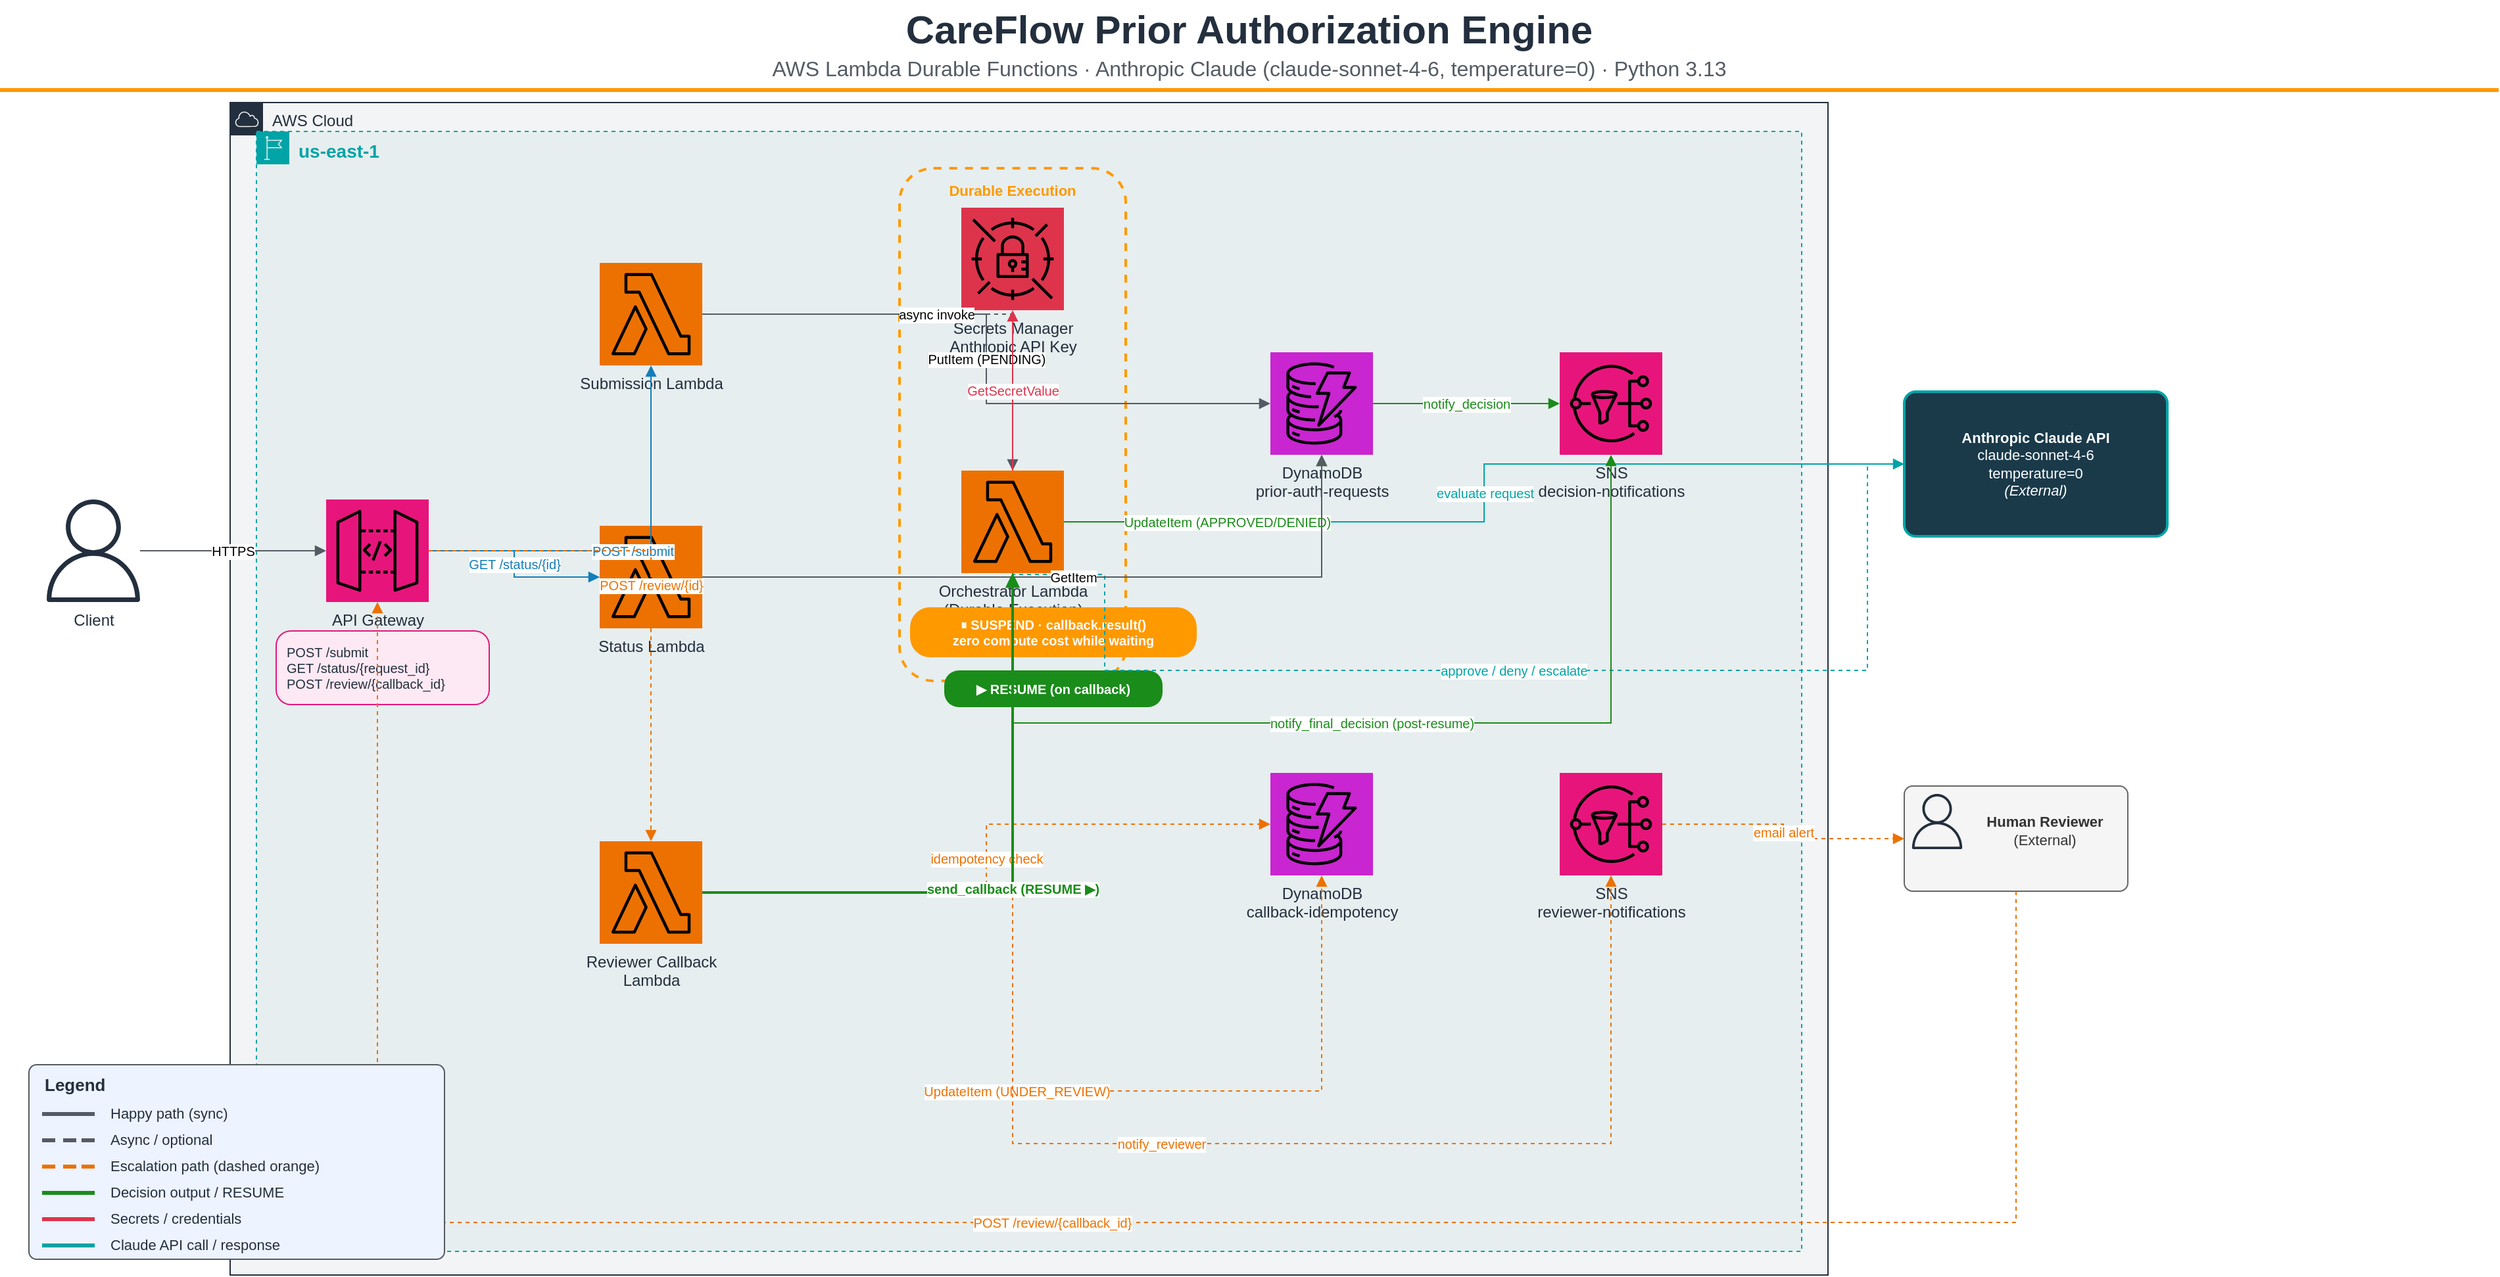
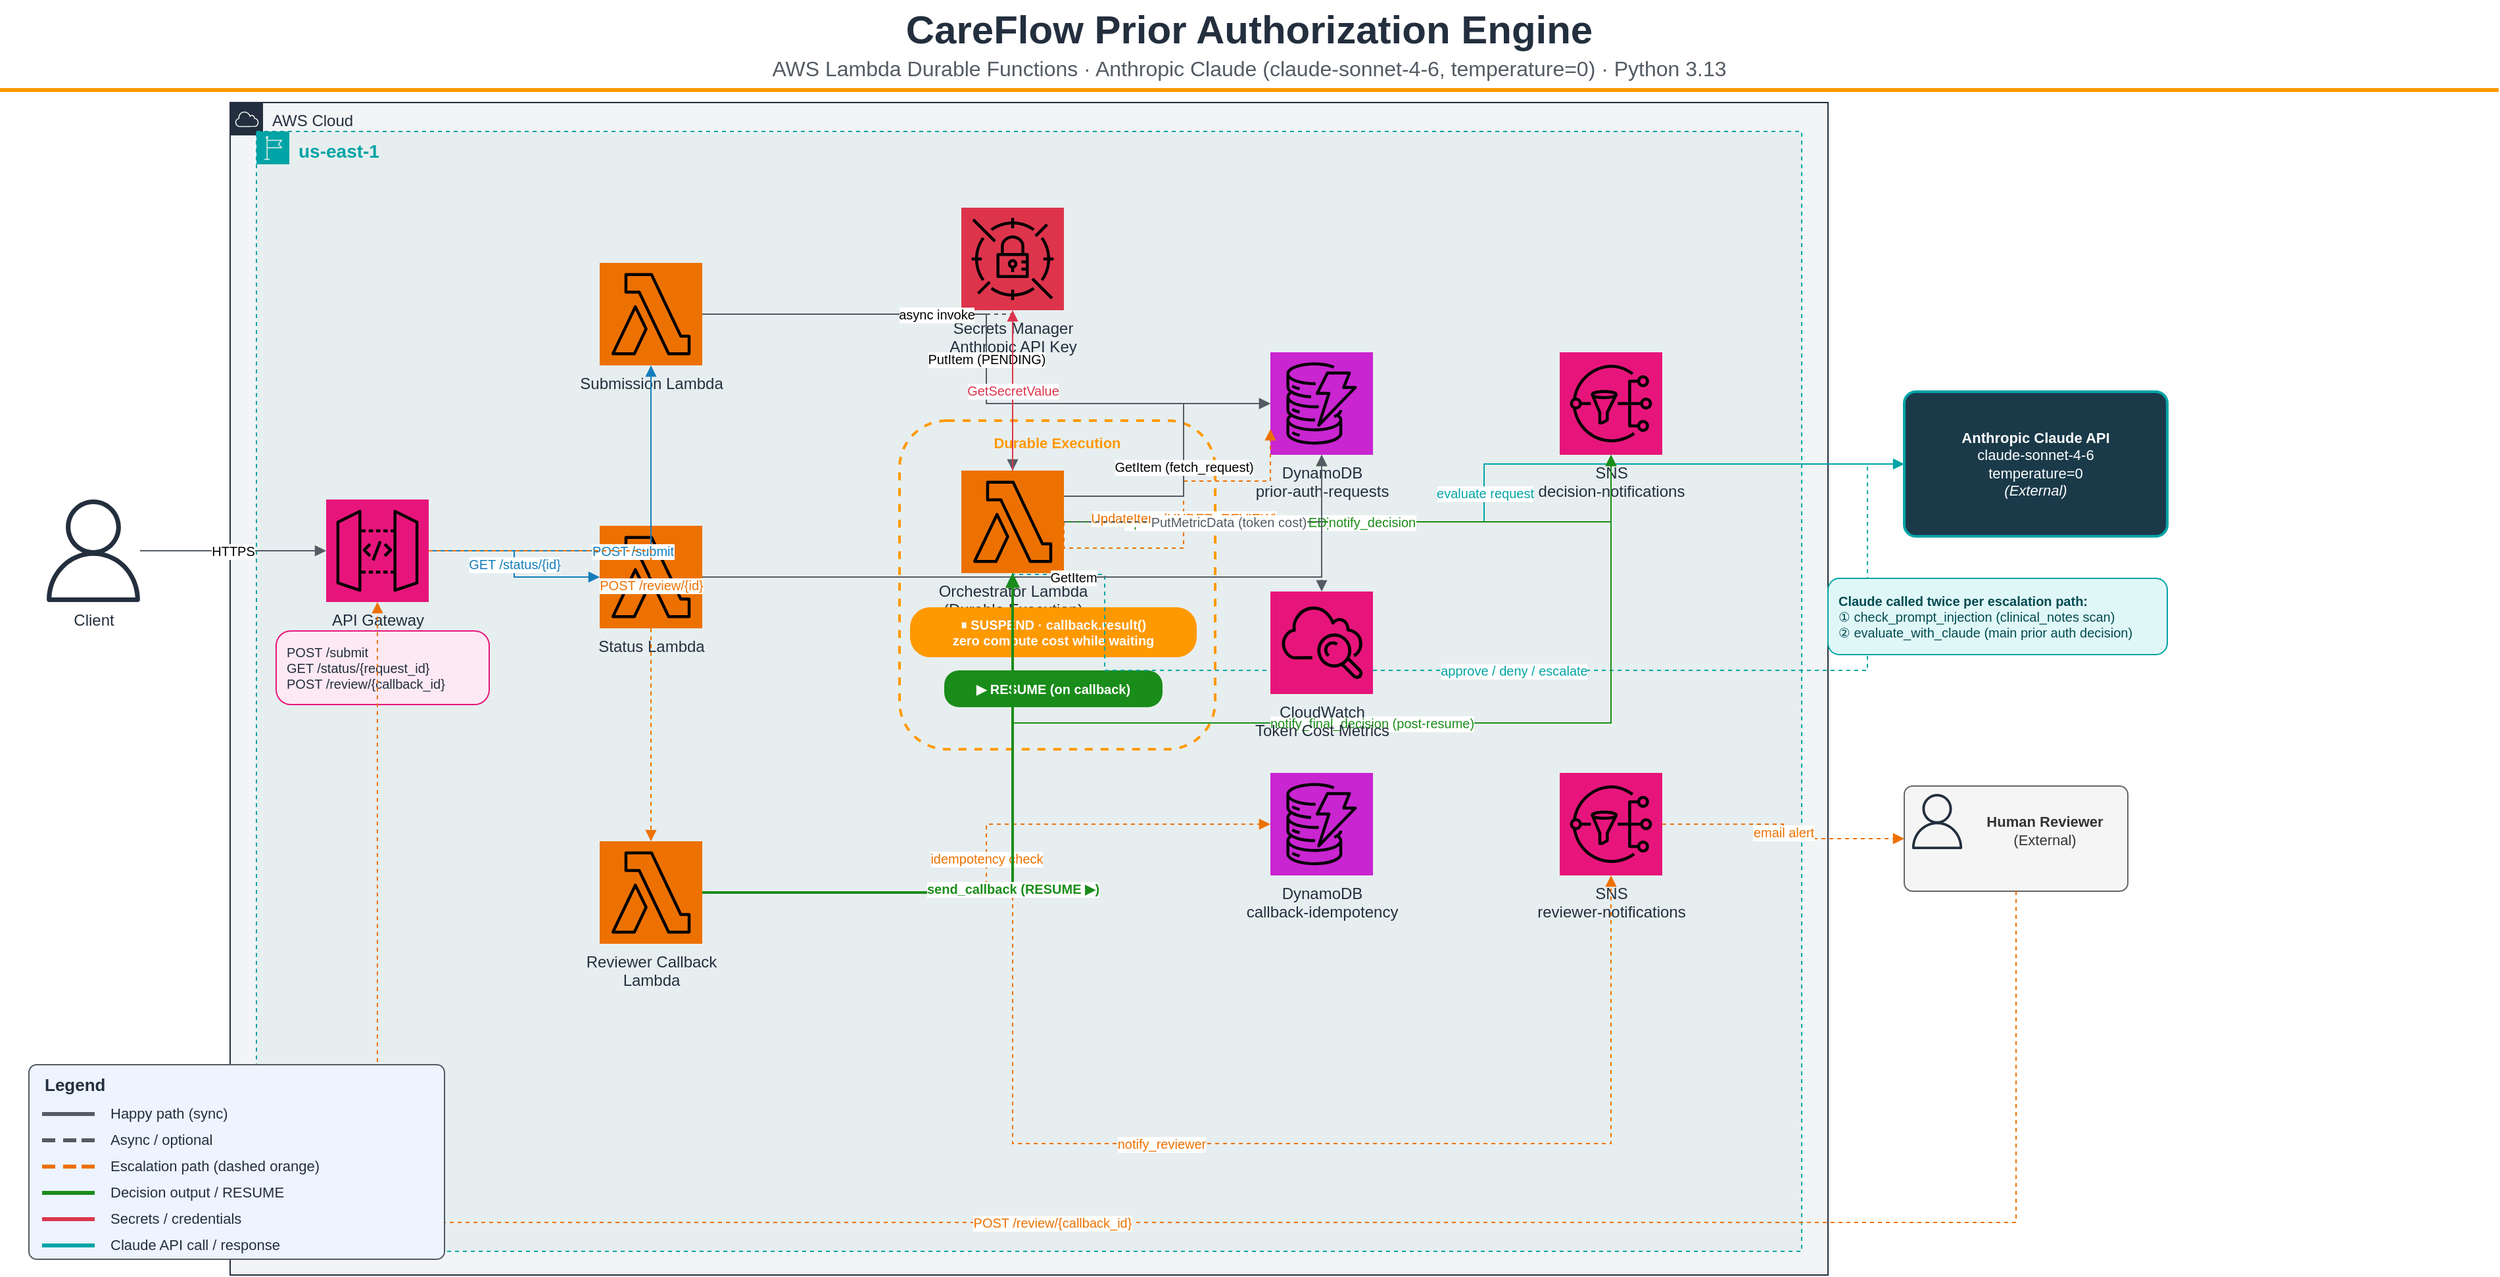
<?xml version="1.0" encoding="UTF-8"?>
<mxGraphModel dx="1422" dy="762" grid="1" gridSize="10" guides="1" tooltips="1" connect="1" arrows="1" fold="1" page="1" pageScale="1" pageWidth="1900" pageHeight="1100" math="0" shadow="0">
  <root>
    <mxCell id="0" />
    <mxCell id="1" parent="0" />

    <mxCell id="title-text" value="CareFlow Prior Authorization Engine" style="text;html=1;strokeColor=none;fillColor=none;align=center;verticalAlign=middle;whiteSpace=wrap;rounded=0;fontSize=30;fontStyle=1;fontFamily=Helvetica;fontColor=#232F3E;" vertex="1" parent="1">
      <mxGeometry x="0" y="10" width="1900" height="44" as="geometry" />
    </mxCell>
    <mxCell id="title-subtitle" value="AWS Lambda Durable Functions · Anthropic Claude (claude-sonnet-4-6, temperature=0) · Python 3.13" style="text;html=1;strokeColor=none;fillColor=none;align=center;verticalAlign=middle;whiteSpace=wrap;rounded=0;fontSize=16;fontFamily=Helvetica;fontColor=#545B64;" vertex="1" parent="1">
      <mxGeometry x="0" y="50" width="1900" height="24" as="geometry" />
    </mxCell>
    <mxCell id="title-line" value="" style="rounded=0;whiteSpace=wrap;html=1;fillColor=#FF9900;strokeColor=none;" vertex="1" parent="1">
      <mxGeometry x="0" y="77" width="1900" height="3" as="geometry" />
    </mxCell>

    <mxCell id="aws-cloud" value="AWS Cloud" style="points=[[0,0],[0.25,0],[0.5,0],[0.75,0],[1,0],[1,0.25],[1,0.5],[1,0.75],[1,1],[0.75,1],[0.5,1],[0.25,1],[0,1],[0,0.75],[0,0.5],[0,0.25]];outlineConnect=0;gradientColor=none;html=1;whiteSpace=wrap;fontSize=12;fontStyle=0;shape=mxgraph.aws4.group;grIcon=mxgraph.aws4.group_aws_cloud;strokeColor=#232F3E;fillColor=light-dark(#232F3E0D,#232F3E0D);fillStyle=auto;verticalAlign=top;align=left;spacingLeft=30;fontColor=#232F3E;dashed=0;container=0;pointerEvents=0;collapsible=0;recursiveResize=0;" vertex="1" parent="1">
      <mxGeometry x="175" y="88" width="1215" height="892" as="geometry" />
    </mxCell>
    <mxCell id="region-us-east-1" value="us-east-1" style="points=[[0,0],[0.25,0],[0.5,0],[0.75,0],[1,0],[1,0.25],[1,0.5],[1,0.75],[1,1],[0.75,1],[0.5,1],[0.25,1],[0,1],[0,0.75],[0,0.5],[0,0.25]];outlineConnect=0;gradientColor=none;html=1;whiteSpace=wrap;fontSize=14;fontStyle=1;shape=mxgraph.aws4.group;grIcon=mxgraph.aws4.group_region;strokeColor=#00A4A6;fillColor=light-dark(#0C7B7D0D,#0C7B7D0D);fillStyle=auto;verticalAlign=top;align=left;spacingLeft=30;fontColor=#00A4A6;dashed=1;container=0;pointerEvents=0;collapsible=0;recursiveResize=0;" vertex="1" parent="1">
      <mxGeometry x="195" y="110" width="1175" height="852" as="geometry" />
    </mxCell>

    <mxCell id="client-actor" value="Client" style="outlineConnect=0;fontColor=#232F3E;gradientColor=none;fillColor=#232F3E;strokeColor=none;dashed=0;verticalLabelPosition=bottom;verticalAlign=top;align=center;html=1;fontSize=12;fontStyle=0;aspect=fixed;pointerEvents=1;shape=mxgraph.aws4.user;" vertex="1" parent="1">
      <mxGeometry x="32" y="390" width="78" height="78" as="geometry" />
    </mxCell>

    <mxCell id="claude-api-bg" value="" style="rounded=1;whiteSpace=wrap;html=1;fillColor=#1a3a4a;strokeColor=#00A4A6;strokeWidth=2;arcSize=8;" vertex="1" parent="1">
      <mxGeometry x="1448" y="308" width="200" height="110" as="geometry" />
    </mxCell>
    <mxCell id="claude-api-label" value="&lt;font color=&quot;#ffffff&quot;&gt;&lt;b&gt;Anthropic Claude API&lt;/b&gt;&lt;br&gt;claude-sonnet-4-6&lt;br&gt;temperature=0&lt;br&gt;&lt;i&gt;(External)&lt;/i&gt;&lt;/font&gt;" style="text;html=1;strokeColor=none;fillColor=none;align=center;verticalAlign=middle;whiteSpace=wrap;rounded=0;fontSize=11;fontFamily=Helvetica;" vertex="1" parent="1">
      <mxGeometry x="1448" y="308" width="200" height="110" as="geometry" />
    </mxCell>

    <mxCell id="human-reviewer-bg" value="" style="rounded=1;whiteSpace=wrap;html=1;fillColor=#f5f5f5;strokeColor=#666666;arcSize=8;" vertex="1" parent="1">
      <mxGeometry x="1448" y="608" width="170" height="80" as="geometry" />
    </mxCell>
    <mxCell id="human-reviewer-icon" value="" style="outlineConnect=0;fontColor=#232F3E;gradientColor=none;fillColor=#232F3E;strokeColor=none;dashed=0;verticalLabelPosition=bottom;verticalAlign=top;align=center;html=1;fontSize=12;fontStyle=0;aspect=fixed;pointerEvents=1;shape=mxgraph.aws4.user;" vertex="1" parent="1">
      <mxGeometry x="1452" y="614" width="42" height="42" as="geometry" />
    </mxCell>
    <mxCell id="human-reviewer-label" value="&lt;b&gt;Human Reviewer&lt;/b&gt;&lt;br&gt;(External)" style="text;html=1;strokeColor=none;fillColor=none;align=center;verticalAlign=middle;whiteSpace=wrap;rounded=0;fontSize=11;fontFamily=Helvetica;fontColor=#333333;" vertex="1" parent="1">
      <mxGeometry x="1494" y="614" width="122" height="56" as="geometry" />
    </mxCell>

    <mxCell id="apigw" value="API Gateway&lt;br&gt;HTTP API v2" style="outlineConnect=0;fontColor=#232F3E;gradientColor=none;fillColor=#E7157B;strokeColor=none;dashed=0;verticalLabelPosition=bottom;verticalAlign=top;align=center;html=1;fontSize=12;fontStyle=0;aspect=fixed;pointerEvents=1;shape=mxgraph.aws4.resourceIcon;resIcon=mxgraph.aws4.api_gateway;" vertex="1" parent="1">
      <mxGeometry x="248" y="390" width="78" height="78" as="geometry" />
    </mxCell>
    <mxCell id="apigw-routes" value="POST /submit&lt;br&gt;GET /status/{request_id}&lt;br&gt;POST /review/{callback_id}" style="text;html=1;strokeColor=#E7157B;fillColor=light-dark(#FDE9F3,#2D1020);fillStyle=auto;align=left;verticalAlign=middle;whiteSpace=wrap;rounded=1;fontSize=10;fontFamily=Helvetica;fontColor=light-dark(#232F3E,#ffffff);arcSize=20;spacingLeft=6;" vertex="1" parent="1">
      <mxGeometry x="210" y="490" width="162" height="56" as="geometry" />
    </mxCell>

    <mxCell id="lambda-submission" value="Submission Lambda" style="outlineConnect=0;fontColor=#232F3E;gradientColor=none;fillColor=#ED7100;strokeColor=none;dashed=0;verticalLabelPosition=bottom;verticalAlign=top;align=center;html=1;fontSize=12;fontStyle=0;aspect=fixed;pointerEvents=1;shape=mxgraph.aws4.resourceIcon;resIcon=mxgraph.aws4.lambda;" vertex="1" parent="1">
      <mxGeometry x="456" y="210" width="78" height="78" as="geometry" />
    </mxCell>
    <mxCell id="lambda-status" value="Status Lambda" style="outlineConnect=0;fontColor=#232F3E;gradientColor=none;fillColor=#ED7100;strokeColor=none;dashed=0;verticalLabelPosition=bottom;verticalAlign=top;align=center;html=1;fontSize=12;fontStyle=0;aspect=fixed;pointerEvents=1;shape=mxgraph.aws4.resourceIcon;resIcon=mxgraph.aws4.lambda;" vertex="1" parent="1">
      <mxGeometry x="456" y="410" width="78" height="78" as="geometry" />
    </mxCell>
    <mxCell id="lambda-reviewer-cb" value="Reviewer Callback&lt;br&gt;Lambda" style="outlineConnect=0;fontColor=#232F3E;gradientColor=none;fillColor=#ED7100;strokeColor=none;dashed=0;verticalLabelPosition=bottom;verticalAlign=top;align=center;html=1;fontSize=12;fontStyle=0;aspect=fixed;pointerEvents=1;shape=mxgraph.aws4.resourceIcon;resIcon=mxgraph.aws4.lambda;" vertex="1" parent="1">
      <mxGeometry x="456" y="650" width="78" height="78" as="geometry" />
    </mxCell>

    <mxCell id="durable-group" value="Durable Execution" style="rounded=1;whiteSpace=wrap;html=1;fillColor=none;strokeColor=#FF9900;dashed=1;strokeWidth=2;verticalAlign=top;align=center;fontSize=11;fontStyle=1;fontFamily=Helvetica;fontColor=#FF9900;spacingTop=4;" vertex="1" parent="1">
-       <mxGeometry x="684" y="138" width="172" height="390" as="geometry" />
+       <mxGeometry x="684" y="330" width="240" height="250" as="geometry" />
    </mxCell>

    <mxCell id="secrets-mgr" value="Secrets Manager&lt;br&gt;Anthropic API Key" style="outlineConnect=0;fontColor=#232F3E;gradientColor=none;fillColor=#DD344C;strokeColor=none;dashed=0;verticalLabelPosition=bottom;verticalAlign=top;align=center;html=1;fontSize=12;fontStyle=0;aspect=fixed;pointerEvents=1;shape=mxgraph.aws4.resourceIcon;resIcon=mxgraph.aws4.secrets_manager;" vertex="1" parent="1">
      <mxGeometry x="731" y="168" width="78" height="78" as="geometry" />
    </mxCell>

    <mxCell id="lambda-orchestrator" value="Orchestrator Lambda&lt;br&gt;(Durable Execution)" style="outlineConnect=0;fontColor=#232F3E;gradientColor=none;fillColor=#ED7100;strokeColor=none;dashed=0;verticalLabelPosition=bottom;verticalAlign=top;align=center;html=1;fontSize=12;fontStyle=0;aspect=fixed;pointerEvents=1;shape=mxgraph.aws4.resourceIcon;resIcon=mxgraph.aws4.lambda;" vertex="1" parent="1">
      <mxGeometry x="731" y="368" width="78" height="78" as="geometry" />
    </mxCell>

    <mxCell id="suspend-badge" value="&#x23F8; SUSPEND · callback.result()&lt;br&gt;zero compute cost while waiting" style="rounded=1;whiteSpace=wrap;html=1;fillColor=#FF9900;strokeColor=none;fontColor=#ffffff;fontSize=10;fontStyle=1;fontFamily=Helvetica;arcSize=40;" vertex="1" parent="1">
      <mxGeometry x="692" y="472" width="218" height="38" as="geometry" />
    </mxCell>
    <mxCell id="resume-badge" value="&#x25B6; RESUME (on callback)" style="rounded=1;whiteSpace=wrap;html=1;fillColor=#1a8c1a;strokeColor=none;fontColor=#ffffff;fontSize=10;fontStyle=1;fontFamily=Helvetica;arcSize=40;" vertex="1" parent="1">
      <mxGeometry x="718" y="520" width="166" height="28" as="geometry" />
    </mxCell>

    <mxCell id="dynamo-requests" value="DynamoDB&lt;br&gt;prior-auth-requests" style="outlineConnect=0;fontColor=#232F3E;gradientColor=none;fillColor=#C925D1;strokeColor=none;dashed=0;verticalLabelPosition=bottom;verticalAlign=top;align=center;html=1;fontSize=12;fontStyle=0;aspect=fixed;pointerEvents=1;shape=mxgraph.aws4.resourceIcon;resIcon=mxgraph.aws4.dynamodb;" vertex="1" parent="1">
      <mxGeometry x="966" y="278" width="78" height="78" as="geometry" />
    </mxCell>
    <mxCell id="dynamo-idempotency" value="DynamoDB&lt;br&gt;callback-idempotency" style="outlineConnect=0;fontColor=#232F3E;gradientColor=none;fillColor=#C925D1;strokeColor=none;dashed=0;verticalLabelPosition=bottom;verticalAlign=top;align=center;html=1;fontSize=12;fontStyle=0;aspect=fixed;pointerEvents=1;shape=mxgraph.aws4.resourceIcon;resIcon=mxgraph.aws4.dynamodb;" vertex="1" parent="1">
      <mxGeometry x="966" y="598" width="78" height="78" as="geometry" />
    </mxCell>

    <mxCell id="sns-decisions" value="SNS&lt;br&gt;decision-notifications" style="outlineConnect=0;fontColor=#232F3E;gradientColor=none;fillColor=#E7157B;strokeColor=none;dashed=0;verticalLabelPosition=bottom;verticalAlign=top;align=center;html=1;fontSize=12;fontStyle=0;aspect=fixed;pointerEvents=1;shape=mxgraph.aws4.resourceIcon;resIcon=mxgraph.aws4.sns;" vertex="1" parent="1">
      <mxGeometry x="1186" y="278" width="78" height="78" as="geometry" />
    </mxCell>
    <mxCell id="sns-reviewer" value="SNS&lt;br&gt;reviewer-notifications" style="outlineConnect=0;fontColor=#232F3E;gradientColor=none;fillColor=#E7157B;strokeColor=none;dashed=0;verticalLabelPosition=bottom;verticalAlign=top;align=center;html=1;fontSize=12;fontStyle=0;aspect=fixed;pointerEvents=1;shape=mxgraph.aws4.resourceIcon;resIcon=mxgraph.aws4.sns;" vertex="1" parent="1">
      <mxGeometry x="1186" y="598" width="78" height="78" as="geometry" />
    </mxCell>

    <mxCell id="edge-client-apigw" value="HTTPS" style="edgeStyle=orthogonalEdgeStyle;html=1;endArrow=block;endFill=1;startArrow=none;strokeColor=#545B64;rounded=0;fontFamily=Helvetica;fontSize=10;" edge="1" source="client-actor" target="apigw" parent="1">
      <mxGeometry relative="1" as="geometry" />
    </mxCell>

    <mxCell id="edge-apigw-submission" value="POST /submit" style="edgeStyle=orthogonalEdgeStyle;html=1;endArrow=block;endFill=1;startArrow=none;strokeColor=#147EBA;fontColor=#147EBA;rounded=0;fontFamily=Helvetica;fontSize=10;" edge="1" source="apigw" target="lambda-submission" parent="1">
      <mxGeometry relative="1" as="geometry" />
    </mxCell>
    <mxCell id="edge-apigw-status" value="GET /status/{id}" style="edgeStyle=orthogonalEdgeStyle;html=1;endArrow=block;endFill=1;startArrow=none;strokeColor=#147EBA;fontColor=#147EBA;rounded=0;fontFamily=Helvetica;fontSize=10;" edge="1" source="apigw" target="lambda-status" parent="1">
      <mxGeometry relative="1" as="geometry" />
    </mxCell>
    <mxCell id="edge-apigw-reviewer-cb" value="POST /review/{id}" style="edgeStyle=orthogonalEdgeStyle;html=1;endArrow=block;endFill=1;startArrow=none;strokeColor=#ED7100;fontColor=#ED7100;rounded=0;dashed=1;fontFamily=Helvetica;fontSize=10;" edge="1" source="apigw" target="lambda-reviewer-cb" parent="1">
      <mxGeometry relative="1" as="geometry" />
    </mxCell>

    <mxCell id="edge-submission-dynamo" value="PutItem (PENDING)" style="edgeStyle=orthogonalEdgeStyle;html=1;endArrow=block;endFill=1;startArrow=none;strokeColor=#545B64;rounded=0;fontFamily=Helvetica;fontSize=10;" edge="1" source="lambda-submission" target="dynamo-requests" parent="1">
      <mxGeometry relative="1" as="geometry" />
    </mxCell>
    <mxCell id="edge-submission-orchestrator" value="async invoke" style="edgeStyle=orthogonalEdgeStyle;html=1;endArrow=block;endFill=1;startArrow=none;strokeColor=#545B64;rounded=0;dashed=1;fontFamily=Helvetica;fontSize=10;" edge="1" source="lambda-submission" target="lambda-orchestrator" parent="1">
      <mxGeometry relative="1" as="geometry" />
    </mxCell>

    <mxCell id="edge-orchestrator-secrets" value="GetSecretValue" style="edgeStyle=orthogonalEdgeStyle;html=1;endArrow=block;endFill=1;startArrow=none;strokeColor=#DD344C;fontColor=#DD344C;rounded=0;fontFamily=Helvetica;fontSize=10;" edge="1" source="lambda-orchestrator" target="secrets-mgr" parent="1">
      <mxGeometry relative="1" as="geometry" />
    </mxCell>

    <mxCell id="edge-orchestrator-claude" value="evaluate request" style="edgeStyle=orthogonalEdgeStyle;html=1;endArrow=block;endFill=1;startArrow=none;strokeColor=#00A4A6;fontColor=#00A4A6;rounded=0;fontFamily=Helvetica;fontSize=10;" edge="1" source="lambda-orchestrator" target="claude-api-bg" parent="1">
      <mxGeometry relative="1" as="geometry" />
    </mxCell>
    <mxCell id="edge-claude-orchestrator" value="approve / deny / escalate" style="edgeStyle=orthogonalEdgeStyle;html=1;endArrow=block;endFill=1;startArrow=none;strokeColor=#00A4A6;fontColor=#00A4A6;rounded=0;dashed=1;fontFamily=Helvetica;fontSize=10;exitX=0;exitY=0.5;exitDx=0;exitDy=0;" edge="1" source="claude-api-bg" target="lambda-orchestrator" parent="1">
      <mxGeometry relative="1" as="geometry">
        <Array as="points">
          <mxPoint x="1420" y="363" />
          <mxPoint x="1420" y="520" />
          <mxPoint x="840" y="520" />
          <mxPoint x="840" y="447" />
        </Array>
      </mxGeometry>
    </mxCell>

    <mxCell id="edge-orchestrator-dynamo-happy" value="UpdateItem (APPROVED/DENIED)" style="edgeStyle=orthogonalEdgeStyle;html=1;endArrow=block;endFill=1;startArrow=none;strokeColor=#1a8c1a;fontColor=#1a8c1a;rounded=0;fontFamily=Helvetica;fontSize=10;" edge="1" source="lambda-orchestrator" target="dynamo-requests" parent="1">
      <mxGeometry relative="1" as="geometry" />
    </mxCell>
-     <mxCell id="edge-orchestrator-sns-decisions-happy" value="notify_decision" style="edgeStyle=orthogonalEdgeStyle;html=1;endArrow=block;endFill=1;startArrow=none;strokeColor=#1a8c1a;fontColor=#1a8c1a;rounded=0;fontFamily=Helvetica;fontSize=10;" edge="1" source="dynamo-requests" target="sns-decisions" parent="1">
+     <mxCell id="edge-orchestrator-sns-decisions-happy" value="notify_decision" style="edgeStyle=orthogonalEdgeStyle;html=1;endArrow=block;endFill=1;startArrow=none;strokeColor=#1a8c1a;fontColor=#1a8c1a;rounded=0;fontFamily=Helvetica;fontSize=10;" edge="1" source="lambda-orchestrator" target="sns-decisions" parent="1">
      <mxGeometry relative="1" as="geometry" />
    </mxCell>

    <mxCell id="edge-status-dynamo" value="GetItem" style="edgeStyle=orthogonalEdgeStyle;html=1;endArrow=block;endFill=1;startArrow=none;strokeColor=#545B64;rounded=0;fontFamily=Helvetica;fontSize=10;" edge="1" source="lambda-status" target="dynamo-requests" parent="1">
      <mxGeometry relative="1" as="geometry" />
    </mxCell>

-     <mxCell id="edge-orchestrator-dynamo-escalate" value="UpdateItem (UNDER_REVIEW)" style="edgeStyle=orthogonalEdgeStyle;html=1;endArrow=block;endFill=1;startArrow=none;strokeColor=#ED7100;fontColor=#ED7100;rounded=0;dashed=1;fontFamily=Helvetica;fontSize=10;exitX=0.5;exitY=1;exitDx=0;exitDy=0;" edge="1" source="lambda-orchestrator" target="dynamo-idempotency" parent="1">
-       <mxGeometry relative="1" as="geometry">
-         <Array as="points">
-           <mxPoint x="770" y="840" />
-           <mxPoint x="1005" y="840" />
+     <mxCell id="edge-orchestrator-dynamo-escalate" value="UpdateItem (UNDER_REVIEW)" style="edgeStyle=orthogonalEdgeStyle;html=1;endArrow=block;endFill=1;startArrow=none;strokeColor=#ED7100;fontColor=#ED7100;rounded=0;dashed=1;fontFamily=Helvetica;fontSize=10;exitX=1;exitY=0.5;exitDx=0;exitDy=0;entryX=0;entryY=0.75;entryDx=0;entryDy=0;" edge="1" source="lambda-orchestrator" target="dynamo-requests" parent="1">
+       <mxGeometry relative="1" as="geometry">
+         <Array as="points">
+           <mxPoint x="900" y="427" />
+           <mxPoint x="900" y="376" />
        </Array>
      </mxGeometry>
    </mxCell>
    <mxCell id="edge-orchestrator-sns-reviewer" value="notify_reviewer" style="edgeStyle=orthogonalEdgeStyle;html=1;endArrow=block;endFill=1;startArrow=none;strokeColor=#ED7100;fontColor=#ED7100;rounded=0;dashed=1;fontFamily=Helvetica;fontSize=10;exitX=0.5;exitY=1;exitDx=0;exitDy=0;" edge="1" source="lambda-orchestrator" target="sns-reviewer" parent="1">
      <mxGeometry relative="1" as="geometry">
        <Array as="points">
          <mxPoint x="770" y="880" />
          <mxPoint x="1225" y="880" />
        </Array>
      </mxGeometry>
    </mxCell>

    <mxCell id="edge-sns-reviewer-human" value="email alert" style="edgeStyle=orthogonalEdgeStyle;html=1;endArrow=block;endFill=1;startArrow=none;strokeColor=#ED7100;fontColor=#ED7100;rounded=0;dashed=1;fontFamily=Helvetica;fontSize=10;" edge="1" source="sns-reviewer" target="human-reviewer-bg" parent="1">
      <mxGeometry relative="1" as="geometry" />
    </mxCell>

    <mxCell id="edge-human-apigw" value="POST /review/{callback_id}" style="edgeStyle=orthogonalEdgeStyle;html=1;endArrow=block;endFill=1;startArrow=none;strokeColor=#ED7100;fontColor=#ED7100;rounded=0;dashed=1;fontFamily=Helvetica;fontSize=10;" edge="1" source="human-reviewer-bg" target="apigw" parent="1">
      <mxGeometry relative="1" as="geometry">
        <Array as="points">
          <mxPoint x="1533" y="940" />
          <mxPoint x="287" y="940" />
        </Array>
      </mxGeometry>
    </mxCell>

    <mxCell id="edge-reviewer-cb-idempotency" value="idempotency check" style="edgeStyle=orthogonalEdgeStyle;html=1;endArrow=block;endFill=1;startArrow=none;strokeColor=#ED7100;fontColor=#ED7100;rounded=0;dashed=1;fontFamily=Helvetica;fontSize=10;" edge="1" source="lambda-reviewer-cb" target="dynamo-idempotency" parent="1">
      <mxGeometry relative="1" as="geometry" />
    </mxCell>
    <mxCell id="edge-reviewer-cb-orchestrator" value="send_callback (RESUME &#x25B6;)" style="edgeStyle=orthogonalEdgeStyle;html=1;endArrow=block;endFill=1;startArrow=none;strokeColor=#1a8c1a;fontColor=#1a8c1a;strokeWidth=2;rounded=0;fontFamily=Helvetica;fontSize=10;fontStyle=1;" edge="1" source="lambda-reviewer-cb" target="lambda-orchestrator" parent="1">
      <mxGeometry relative="1" as="geometry" />
    </mxCell>

    <mxCell id="edge-orchestrator-sns-decisions-resume" value="notify_final_decision (post-resume)" style="edgeStyle=orthogonalEdgeStyle;html=1;endArrow=block;endFill=1;startArrow=none;strokeColor=#1a8c1a;fontColor=#1a8c1a;rounded=0;fontFamily=Helvetica;fontSize=10;" edge="1" source="lambda-orchestrator" target="sns-decisions" parent="1">
      <mxGeometry relative="1" as="geometry">
        <Array as="points">
          <mxPoint x="840" y="560" />
          <mxPoint x="1225" y="560" />
          <mxPoint x="1225" y="378" />
        </Array>
      </mxGeometry>
    </mxCell>

+     <!-- GetItem edge: orchestrator fetches request from DynamoDB (fetch_request step 1) -->
+     <mxCell id="edge-orchestrator-dynamo-fetch" value="GetItem (fetch_request)" style="edgeStyle=orthogonalEdgeStyle;html=1;endArrow=block;endFill=1;startArrow=none;strokeColor=#545B64;rounded=0;fontFamily=Helvetica;fontSize=10;exitX=1;exitY=0.25;exitDx=0;exitDy=0;entryX=0;entryY=0.5;entryDx=0;entryDy=0;" edge="1" source="lambda-orchestrator" target="dynamo-requests" parent="1">
+       <mxGeometry relative="1" as="geometry">
+         <Array as="points">
+           <mxPoint x="900" y="388" />
+           <mxPoint x="900" y="317" />
+         </Array>
+       </mxGeometry>
+     </mxCell>
+ 
+     <!-- CloudWatch: save_decision writes token cost metrics -->
+     <mxCell id="cloudwatch" value="CloudWatch&lt;br&gt;Token Cost Metrics" style="outlineConnect=0;fontColor=#232F3E;gradientColor=none;fillColor=#E7157B;strokeColor=none;dashed=0;verticalLabelPosition=bottom;verticalAlign=top;align=center;html=1;fontSize=12;fontStyle=0;aspect=fixed;pointerEvents=1;shape=mxgraph.aws4.resourceIcon;resIcon=mxgraph.aws4.cloudwatch;" vertex="1" parent="1">
+       <mxGeometry x="966" y="460" width="78" height="78" as="geometry" />
+     </mxCell>
+     <mxCell id="edge-orchestrator-cloudwatch" value="PutMetricData (token cost)" style="edgeStyle=orthogonalEdgeStyle;html=1;endArrow=block;endFill=1;startArrow=none;strokeColor=#545B64;fontColor=#545B64;rounded=0;dashed=1;fontFamily=Helvetica;fontSize=10;" edge="1" source="lambda-orchestrator" target="cloudwatch" parent="1">
+       <mxGeometry relative="1" as="geometry" />
+     </mxCell>
+ 
+     <!-- Prompt injection annotation: Claude is called twice -->
+     <mxCell id="prompt-injection-note" value="&lt;b&gt;Claude called twice per escalation path:&lt;/b&gt;&lt;br&gt;① check_prompt_injection (clinical_notes scan)&lt;br&gt;② evaluate_with_claude (main prior auth decision)" style="text;html=1;strokeColor=#00A4A6;fillColor=light-dark(#E0F7F8,#003033);fillStyle=auto;align=left;verticalAlign=middle;whiteSpace=wrap;rounded=1;fontSize=10;fontFamily=Helvetica;fontColor=light-dark(#004B50,#E0F7F8);arcSize=15;spacingLeft=6;" vertex="1" parent="1">
+       <mxGeometry x="1390" y="450" width="258" height="58" as="geometry" />
+     </mxCell>
+ 
    <mxCell id="legend-bg" value="" style="rounded=1;whiteSpace=wrap;html=1;fillColor=light-dark(#EDF3FF,#305363);fillStyle=auto;strokeColor=#545B64;arcSize=4;" vertex="1" parent="1">
      <mxGeometry x="22" y="820" width="316" height="148" as="geometry" />
    </mxCell>
    <mxCell id="legend-title" value="Legend" style="text;html=1;strokeColor=none;fillColor=none;align=left;verticalAlign=middle;whiteSpace=wrap;rounded=0;fontSize=13;fontStyle=1;fontFamily=Helvetica;fontColor=light-dark(#232F3E,#ffffff);" vertex="1" parent="1">
      <mxGeometry x="32" y="824" width="296" height="22" as="geometry" />
    </mxCell>

    <mxCell id="legend-swatch-1" value="" style="rounded=0;whiteSpace=wrap;html=1;fillColor=#545B64;strokeColor=none;" vertex="1" parent="1">
      <mxGeometry x="32" y="856" width="40" height="3" as="geometry" />
    </mxCell>
    <mxCell id="legend-label-1" value="Happy path (sync)" style="text;html=1;strokeColor=none;fillColor=none;align=left;verticalAlign=middle;whiteSpace=wrap;rounded=0;fontSize=11;fontFamily=Helvetica;fontColor=light-dark(#232F3E,#ffffff);" vertex="1" parent="1">
      <mxGeometry x="82" y="848" width="246" height="18" as="geometry" />
    </mxCell>

    <mxCell id="legend-swatch-2a" value="" style="rounded=0;whiteSpace=wrap;html=1;fillColor=#545B64;strokeColor=none;" vertex="1" parent="1">
      <mxGeometry x="32" y="876" width="10" height="3" as="geometry" />
    </mxCell>
    <mxCell id="legend-swatch-2b" value="" style="rounded=0;whiteSpace=wrap;html=1;fillColor=#545B64;strokeColor=none;" vertex="1" parent="1">
      <mxGeometry x="48" y="876" width="10" height="3" as="geometry" />
    </mxCell>
    <mxCell id="legend-swatch-2c" value="" style="rounded=0;whiteSpace=wrap;html=1;fillColor=#545B64;strokeColor=none;" vertex="1" parent="1">
      <mxGeometry x="62" y="876" width="10" height="3" as="geometry" />
    </mxCell>
    <mxCell id="legend-label-2" value="Async / optional" style="text;html=1;strokeColor=none;fillColor=none;align=left;verticalAlign=middle;whiteSpace=wrap;rounded=0;fontSize=11;fontFamily=Helvetica;fontColor=light-dark(#232F3E,#ffffff);" vertex="1" parent="1">
      <mxGeometry x="82" y="868" width="246" height="18" as="geometry" />
    </mxCell>

    <mxCell id="legend-swatch-3a" value="" style="rounded=0;whiteSpace=wrap;html=1;fillColor=#ED7100;strokeColor=none;" vertex="1" parent="1">
      <mxGeometry x="32" y="896" width="10" height="3" as="geometry" />
    </mxCell>
    <mxCell id="legend-swatch-3b" value="" style="rounded=0;whiteSpace=wrap;html=1;fillColor=#ED7100;strokeColor=none;" vertex="1" parent="1">
      <mxGeometry x="48" y="896" width="10" height="3" as="geometry" />
    </mxCell>
    <mxCell id="legend-swatch-3c" value="" style="rounded=0;whiteSpace=wrap;html=1;fillColor=#ED7100;strokeColor=none;" vertex="1" parent="1">
      <mxGeometry x="62" y="896" width="10" height="3" as="geometry" />
    </mxCell>
    <mxCell id="legend-label-3" value="Escalation path (dashed orange)" style="text;html=1;strokeColor=none;fillColor=none;align=left;verticalAlign=middle;whiteSpace=wrap;rounded=0;fontSize=11;fontFamily=Helvetica;fontColor=light-dark(#232F3E,#ffffff);" vertex="1" parent="1">
      <mxGeometry x="82" y="888" width="246" height="18" as="geometry" />
    </mxCell>

    <mxCell id="legend-swatch-4" value="" style="rounded=0;whiteSpace=wrap;html=1;fillColor=#1a8c1a;strokeColor=none;" vertex="1" parent="1">
      <mxGeometry x="32" y="916" width="40" height="3" as="geometry" />
    </mxCell>
    <mxCell id="legend-label-4" value="Decision output / RESUME" style="text;html=1;strokeColor=none;fillColor=none;align=left;verticalAlign=middle;whiteSpace=wrap;rounded=0;fontSize=11;fontFamily=Helvetica;fontColor=light-dark(#232F3E,#ffffff);" vertex="1" parent="1">
      <mxGeometry x="82" y="908" width="246" height="18" as="geometry" />
    </mxCell>

    <mxCell id="legend-swatch-5" value="" style="rounded=0;whiteSpace=wrap;html=1;fillColor=#DD344C;strokeColor=none;" vertex="1" parent="1">
      <mxGeometry x="32" y="936" width="40" height="3" as="geometry" />
    </mxCell>
    <mxCell id="legend-label-5" value="Secrets / credentials" style="text;html=1;strokeColor=none;fillColor=none;align=left;verticalAlign=middle;whiteSpace=wrap;rounded=0;fontSize=11;fontFamily=Helvetica;fontColor=light-dark(#232F3E,#ffffff);" vertex="1" parent="1">
      <mxGeometry x="82" y="928" width="246" height="18" as="geometry" />
    </mxCell>

    <mxCell id="legend-swatch-6" value="" style="rounded=0;whiteSpace=wrap;html=1;fillColor=#00A4A6;strokeColor=none;" vertex="1" parent="1">
      <mxGeometry x="32" y="956" width="40" height="3" as="geometry" />
    </mxCell>
    <mxCell id="legend-label-6" value="Claude API call / response" style="text;html=1;strokeColor=none;fillColor=none;align=left;verticalAlign=middle;whiteSpace=wrap;rounded=0;fontSize=11;fontFamily=Helvetica;fontColor=light-dark(#232F3E,#ffffff);" vertex="1" parent="1">
      <mxGeometry x="82" y="948" width="246" height="18" as="geometry" />
    </mxCell>

  </root>
</mxGraphModel>
